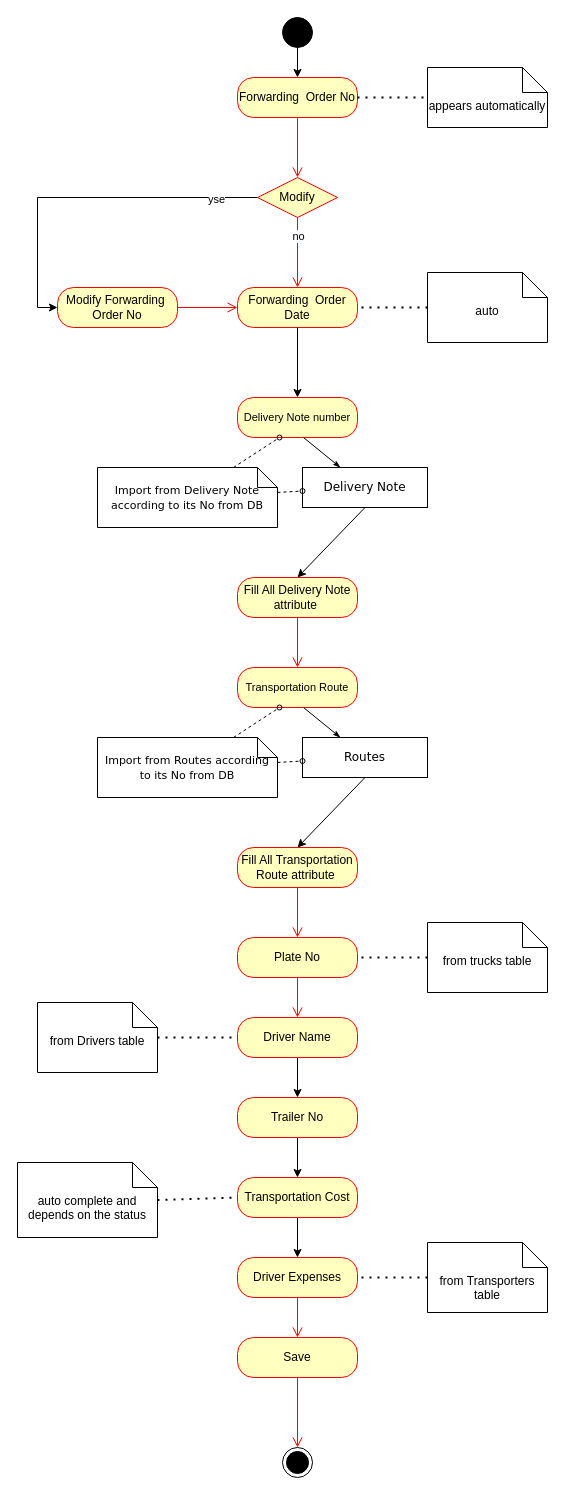
The draw.io diagram Forwarding Order.drawio in amrawni33/Transfer, before the edit. Source tidied: cells renumbered, new cells numbered last; positions are measured from the earlier drawing's top-left corner, leaving out a move shared by most shapes. Both pictures are drawn from the tidied source at 100%, with x=0, y=0 at pixel (17, 17).
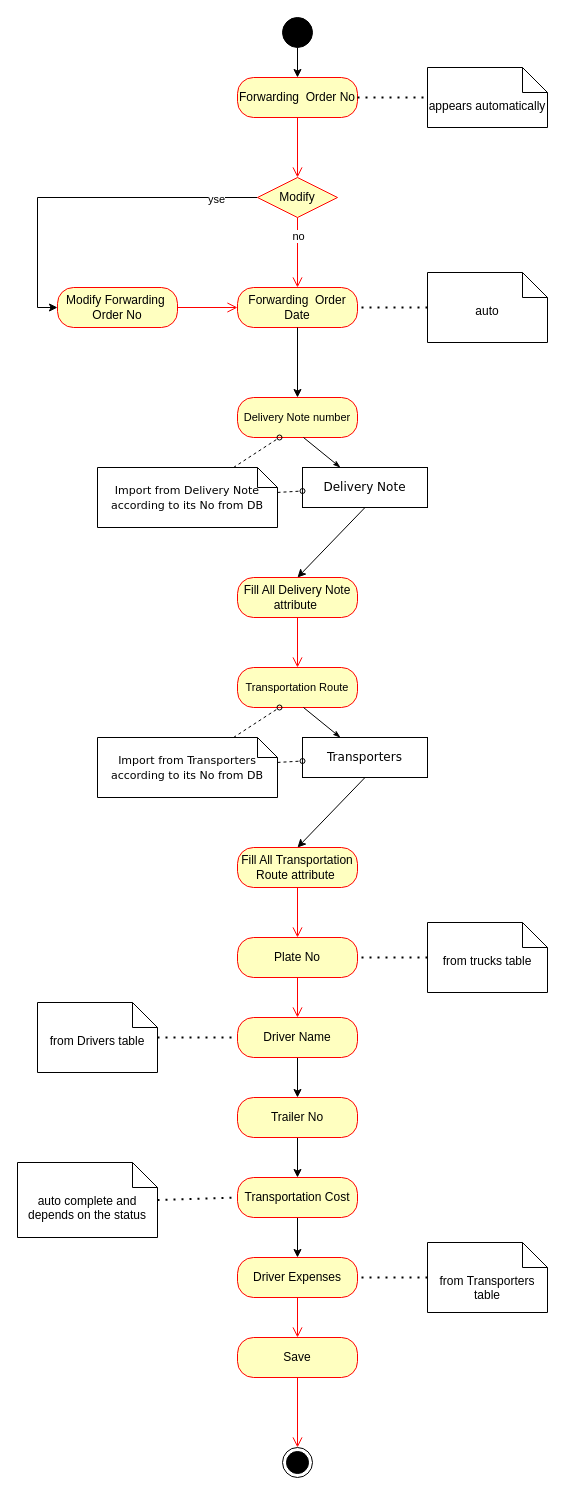
The same diagram, later.

What changed in the source:
```diff
@@
-    <mxCell id="30" value="Routes" style="rounded=0;whiteSpace=wrap;html=1;shadow=0;comic=0;labelBackgroundColor=none;strokeWidth=1;fontFamily=Verdana;fontSize=12;align=center;arcSize=50;" parent="1" vertex="1">
+    <mxCell id="30" value="Transporters" style="rounded=0;whiteSpace=wrap;html=1;shadow=0;comic=0;labelBackgroundColor=none;strokeWidth=1;fontFamily=Verdana;fontSize=12;align=center;arcSize=50;" parent="1" vertex="1">
       <mxGeometry x="285" y="720" width="125" height="40" as="geometry" />
     </mxCell>
@@
-    <mxCell id="33" value="&lt;font style=&quot;font-size: 11px;&quot;&gt;Import from Routes according to its No from DB&lt;/font&gt;" style="shape=note;whiteSpace=wrap;html=1;rounded=0;shadow=0;comic=0;labelBackgroundColor=none;strokeWidth=1;fontFamily=Verdana;fontSize=12;align=center;size=20;" parent="1" vertex="1">
+    <mxCell id="33" value="&lt;font style=&quot;font-size: 11px;&quot;&gt;Import from Transporters according to its No from DB&lt;/font&gt;" style="shape=note;whiteSpace=wrap;html=1;rounded=0;shadow=0;comic=0;labelBackgroundColor=none;strokeWidth=1;fontFamily=Verdana;fontSize=12;align=center;size=20;" parent="1" vertex="1">
       <mxGeometry x="80" y="720" width="180" height="60" as="geometry" />
     </mxCell>
```
